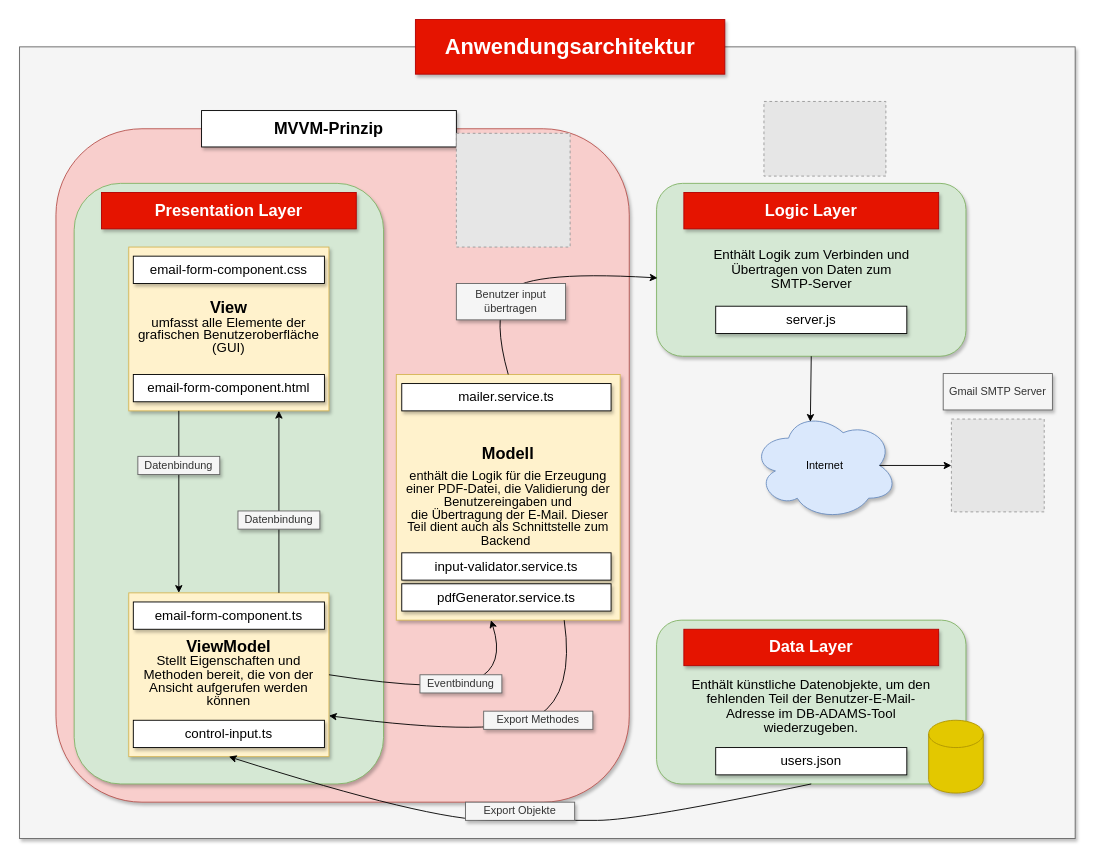
The draw.io diagram Aufbau der Erweiterung.drawio in gitfarah/Schule-Website-Projekt, before the edit. Source tidied: cells renumbered, new cells numbered last; positions are measured from the earlier drawing's top-left corner, leaving out a move shared by most shapes. Both pictures are drawn from the tidied source at 91%, with x=0, y=0 at pixel (19, 19). Pictures stored in the file or linked from it are replaced by grey dashed boxes.
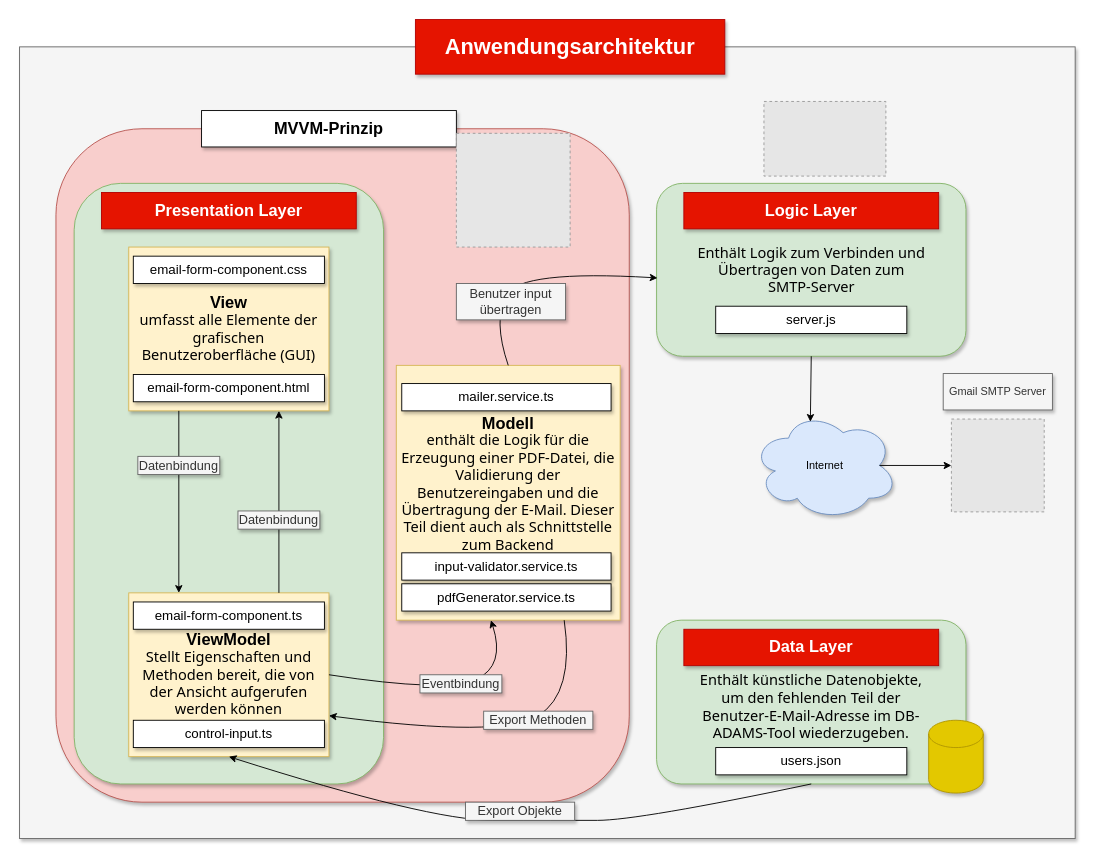
The same page after the edit.

The edit, as a diff of the source:
```diff
@@
-    <mxCell id="6" value="&lt;span style=&quot;line-height: 107% ; font-family: &amp;#34;arial&amp;#34; , sans-serif&quot;&gt;&lt;b&gt;&lt;font style=&quot;font-size: 18px&quot;&gt;View&lt;/font&gt;&lt;/b&gt;&lt;br&gt;&lt;span style=&quot;font-size: 11pt&quot;&gt;umfasst alle Elemente der grafischen Benutzeroberfläche (GUI)&lt;/span&gt;&lt;/span&gt;" style="rounded=0;whiteSpace=wrap;html=1;shadow=1;glass=0;sketch=0;fillColor=#fff2cc;strokeColor=#d6b656;" parent="1" vertex="1">
+    <mxCell id="6" value="&lt;span style=&quot;line-height: 107%&quot;&gt;&lt;b style=&quot;font-family: &amp;#34;arial&amp;#34; , sans-serif&quot;&gt;&lt;font style=&quot;font-size: 18px&quot;&gt;View&lt;/font&gt;&lt;/b&gt;&lt;br&gt;&lt;font face=&quot;Tahoma&quot; style=&quot;font-size: 16px&quot;&gt;umfasst alle Elemente der grafischen Benutzeroberfläche (GUI)&lt;/font&gt;&lt;br&gt;&lt;/span&gt;" style="rounded=0;whiteSpace=wrap;html=1;shadow=1;glass=0;sketch=0;fillColor=#fff2cc;strokeColor=#d6b656;fontSize=16;" parent="1" vertex="1">
       <mxGeometry x="120" y="250" width="220" height="180" as="geometry" />
     </mxCell>
@@
-    <mxCell id="9" value="&lt;span style=&quot;line-height: 107%&quot;&gt;&lt;b style=&quot;font-family: &amp;#34;arial&amp;#34; , sans-serif&quot;&gt;&lt;font style=&quot;font-size: 18px&quot;&gt;ViewModel&lt;/font&gt;&lt;/b&gt;&lt;br&gt;&lt;font face=&quot;arial, sans-serif&quot;&gt;&lt;span style=&quot;font-size: 14.6667px&quot;&gt;Stellt Eigenschaften und Methoden bereit, die von der Ansicht aufgerufen werden können&lt;/span&gt;&lt;/font&gt;&lt;br&gt;&lt;/span&gt;" style="rounded=0;whiteSpace=wrap;html=1;shadow=1;glass=0;sketch=0;fillColor=#fff2cc;strokeColor=#d6b656;" parent="1" vertex="1">
+    <mxCell id="9" value="&lt;span style=&quot;line-height: 107%&quot;&gt;&lt;b style=&quot;font-family: &amp;#34;arial&amp;#34; , sans-serif&quot;&gt;&lt;font style=&quot;font-size: 18px&quot;&gt;ViewModel&lt;/font&gt;&lt;/b&gt;&lt;br&gt;&lt;font face=&quot;Tahoma&quot; style=&quot;font-size: 16px&quot;&gt;Stellt Eigenschaften und Methoden bereit, die von der Ansicht aufgerufen werden können&lt;/font&gt;&lt;br&gt;&lt;/span&gt;" style="rounded=0;whiteSpace=wrap;html=1;shadow=1;glass=0;sketch=0;fillColor=#fff2cc;strokeColor=#d6b656;fontSize=16;" parent="1" vertex="1">
       <mxGeometry x="120" y="630" width="220" height="180" as="geometry" />
     </mxCell>
@@
-    <mxCell id="14" value="Datenbindung" style="text;html=1;strokeColor=#666666;fillColor=#f5f5f5;align=center;verticalAlign=middle;whiteSpace=wrap;rounded=0;shadow=1;glass=0;sketch=0;fontColor=#333333;" parent="1" vertex="1">
+    <mxCell id="14" value="&lt;font style=&quot;font-size: 14px&quot;&gt;Datenbindung&lt;/font&gt;" style="text;html=1;strokeColor=#666666;fillColor=#f5f5f5;align=center;verticalAlign=middle;whiteSpace=wrap;rounded=0;shadow=1;glass=0;sketch=0;fontColor=#333333;" parent="1" vertex="1">
       <mxGeometry x="130" y="480" width="90" height="20" as="geometry" />
     </mxCell>
-    <mxCell id="15" value="Datenbindung" style="text;html=1;align=center;verticalAlign=middle;whiteSpace=wrap;rounded=0;shadow=1;glass=0;sketch=0;fillColor=#f5f5f5;strokeColor=#666666;fontColor=#333333;" parent="1" vertex="1">
+    <mxCell id="15" value="&lt;font style=&quot;font-size: 14px&quot;&gt;Datenbindung&lt;/font&gt;" style="text;html=1;align=center;verticalAlign=middle;whiteSpace=wrap;rounded=0;shadow=1;glass=0;sketch=0;fillColor=#f5f5f5;strokeColor=#666666;fontColor=#333333;" parent="1" vertex="1">
       <mxGeometry x="240" y="540" width="90" height="20" as="geometry" />
     </mxCell>
@@
-    <mxCell id="18" value="&lt;span style=&quot;line-height: 107%&quot;&gt;&lt;font face=&quot;arial, sans-serif&quot;&gt;&lt;div style=&quot;font-size: 18px ; font-weight: bold&quot;&gt;Modell&lt;/div&gt;&lt;div style=&quot;font-size: 18px ; font-weight: bold&quot;&gt;&lt;br&gt;&lt;/div&gt;&lt;div&gt;&lt;font style=&quot;font-size: 14px&quot;&gt;enthält die Logik für die Erzeugung einer PDF-Datei, die Validierung der Benutzereingaben und&lt;/font&gt;&lt;/div&gt;&lt;div&gt;&lt;font style=&quot;font-size: 14px&quot;&gt;&amp;nbsp;die Übertragung der E-Mail. Dieser Teil dient auch als Schnittstelle zum Backend&lt;/font&gt;&lt;b style=&quot;font-size: 18px&quot;&gt;&amp;nbsp;&lt;/b&gt;&lt;/div&gt;&lt;/font&gt;&lt;/span&gt;" style="rounded=0;whiteSpace=wrap;html=1;shadow=1;glass=0;sketch=0;fillColor=#fff2cc;strokeColor=#d6b656;" parent="1" vertex="1">
-      <mxGeometry x="414" y="390" width="246" height="270" as="geometry" />
+    <mxCell id="18" value="&lt;span style=&quot;line-height: 107%&quot;&gt;&lt;div style=&quot;font-family: &amp;#34;arial&amp;#34; , sans-serif ; font-size: 18px ; font-weight: bold&quot;&gt;Modell&lt;/div&gt;&lt;div style=&quot;font-family: &amp;#34;arial&amp;#34; , sans-serif ; font-size: 18px ; font-weight: bold&quot;&gt;&lt;/div&gt;&lt;font face=&quot;Tahoma&quot; style=&quot;font-size: 16px&quot;&gt;enthält die Logik für die Erzeugung einer PDF-Datei, die Validierung der Benutzereingaben und die Übertragung der E-Mail. Dieser Teil dient auch als Schnittstelle zum Backend&lt;/font&gt;&lt;div&gt;&lt;b style=&quot;font-family: &amp;#34;tahoma&amp;#34; ; font-size: medium&quot;&gt;&amp;nbsp;&lt;/b&gt;&lt;br&gt;&lt;/div&gt;&lt;/span&gt;" style="rounded=0;whiteSpace=wrap;html=1;shadow=1;glass=0;sketch=0;fillColor=#fff2cc;strokeColor=#d6b656;fontSize=16;" parent="1" vertex="1">
+      <mxGeometry x="414" y="380" width="246" height="280" as="geometry" />
     </mxCell>
@@
-    <mxCell id="24" value="&lt;span style=&quot;font-size: 11.0pt ; line-height: 107% ; font-family: &amp;#34;arial&amp;#34; , sans-serif&quot;&gt;Enthält Logik zum Verbinden und Übertragen von Daten zum &lt;br&gt;SMTP-Server&lt;/span&gt;" style="text;html=1;strokeColor=none;fillColor=none;align=center;verticalAlign=middle;whiteSpace=wrap;rounded=0;shadow=1;glass=0;sketch=0;" parent="1" vertex="1">
+    <mxCell id="24" value="&lt;font face=&quot;Tahoma&quot; style=&quot;font-size: 16px&quot;&gt;Enthält Logik zum Verbinden und Übertragen von Daten zum&lt;br&gt;SMTP-Server&lt;/font&gt;" style="text;html=1;strokeColor=none;fillColor=none;align=center;verticalAlign=middle;whiteSpace=wrap;rounded=0;shadow=1;glass=0;sketch=0;" parent="1" vertex="1">
       <mxGeometry x="740.6" y="200" width="258.8" height="150" as="geometry" />
     </mxCell>
@@
-    <mxCell id="26" value="&lt;span style=&quot;font-size: 11.0pt ; line-height: 107% ; font-family: &amp;#34;arial&amp;#34; , sans-serif&quot;&gt;Enthält künstliche Datenobjekte, um den fehlenden Teil der Benutzer-E-Mail-Adresse im DB-ADAMS-Tool wiederzugeben.&lt;/span&gt;" style="text;html=1;strokeColor=none;fillColor=none;align=center;verticalAlign=middle;whiteSpace=wrap;rounded=0;shadow=1;glass=0;sketch=0;" parent="1" vertex="1">
+    <mxCell id="26" value="&lt;font face=&quot;Tahoma&quot; style=&quot;font-size: 16px&quot;&gt;Enthält künstliche Datenobjekte, um den fehlenden Teil der Benutzer-E-Mail-Adresse im DB-ADAMS-Tool wiederzugeben.&lt;/font&gt;" style="text;html=1;strokeColor=none;fillColor=none;align=center;verticalAlign=middle;whiteSpace=wrap;rounded=0;shadow=1;glass=0;sketch=0;" parent="1" vertex="1">
       <mxGeometry x="736.3" y="720" width="267.5" height="70" as="geometry" />
     </mxCell>
@@
-    <mxCell id="30" value="Eventbindung" style="text;html=1;align=center;verticalAlign=middle;whiteSpace=wrap;rounded=0;shadow=1;glass=0;sketch=0;fillColor=#f5f5f5;strokeColor=#666666;fontColor=#333333;" parent="1" vertex="1">
+    <mxCell id="30" value="&lt;font style=&quot;font-size: 14px&quot;&gt;Eventbindung&lt;/font&gt;" style="text;html=1;align=center;verticalAlign=middle;whiteSpace=wrap;rounded=0;shadow=1;glass=0;sketch=0;fillColor=#f5f5f5;strokeColor=#666666;fontColor=#333333;" parent="1" vertex="1">
       <mxGeometry x="440" y="720" width="90" height="20" as="geometry" />
     </mxCell>
-    <mxCell id="31" value="Export Methodes" style="text;html=1;align=center;verticalAlign=middle;whiteSpace=wrap;rounded=0;shadow=1;glass=0;sketch=0;fillColor=#f5f5f5;strokeColor=#666666;fontColor=#333333;" parent="1" vertex="1">
+    <mxCell id="31" value="&lt;font style=&quot;font-size: 14px&quot;&gt;Export Methoden&lt;/font&gt;" style="text;html=1;align=center;verticalAlign=middle;whiteSpace=wrap;rounded=0;shadow=1;glass=0;sketch=0;fillColor=#f5f5f5;strokeColor=#666666;fontColor=#333333;" parent="1" vertex="1">
       <mxGeometry x="510" y="760" width="120" height="20" as="geometry" />
     </mxCell>
@@
-    <mxCell id="33" value="Export Objekte" style="text;html=1;align=center;verticalAlign=middle;whiteSpace=wrap;rounded=0;shadow=1;glass=0;sketch=0;fillColor=#f5f5f5;strokeColor=#666666;fontColor=#333333;" parent="1" vertex="1">
+    <mxCell id="33" value="&lt;font style=&quot;font-size: 14px&quot;&gt;Export Objekte&lt;/font&gt;" style="text;html=1;align=center;verticalAlign=middle;whiteSpace=wrap;rounded=0;shadow=1;glass=0;sketch=0;fillColor=#f5f5f5;strokeColor=#666666;fontColor=#333333;" parent="1" vertex="1">
       <mxGeometry x="490" y="860" width="120" height="20" as="geometry" />
     </mxCell>
@@
-    <mxCell id="35" value="Benutzer input übertragen" style="text;html=1;align=center;verticalAlign=middle;whiteSpace=wrap;rounded=0;shadow=1;glass=0;sketch=0;fillColor=#f5f5f5;strokeColor=#666666;fontColor=#333333;" parent="1" vertex="1">
+    <mxCell id="35" value="&lt;font style=&quot;font-size: 14px&quot;&gt;Benutzer input übertragen&lt;/font&gt;" style="text;html=1;align=center;verticalAlign=middle;whiteSpace=wrap;rounded=0;shadow=1;glass=0;sketch=0;fillColor=#f5f5f5;strokeColor=#666666;fontColor=#333333;" parent="1" vertex="1">
       <mxGeometry x="480" y="290" width="120" height="40" as="geometry" />
     </mxCell>
```
